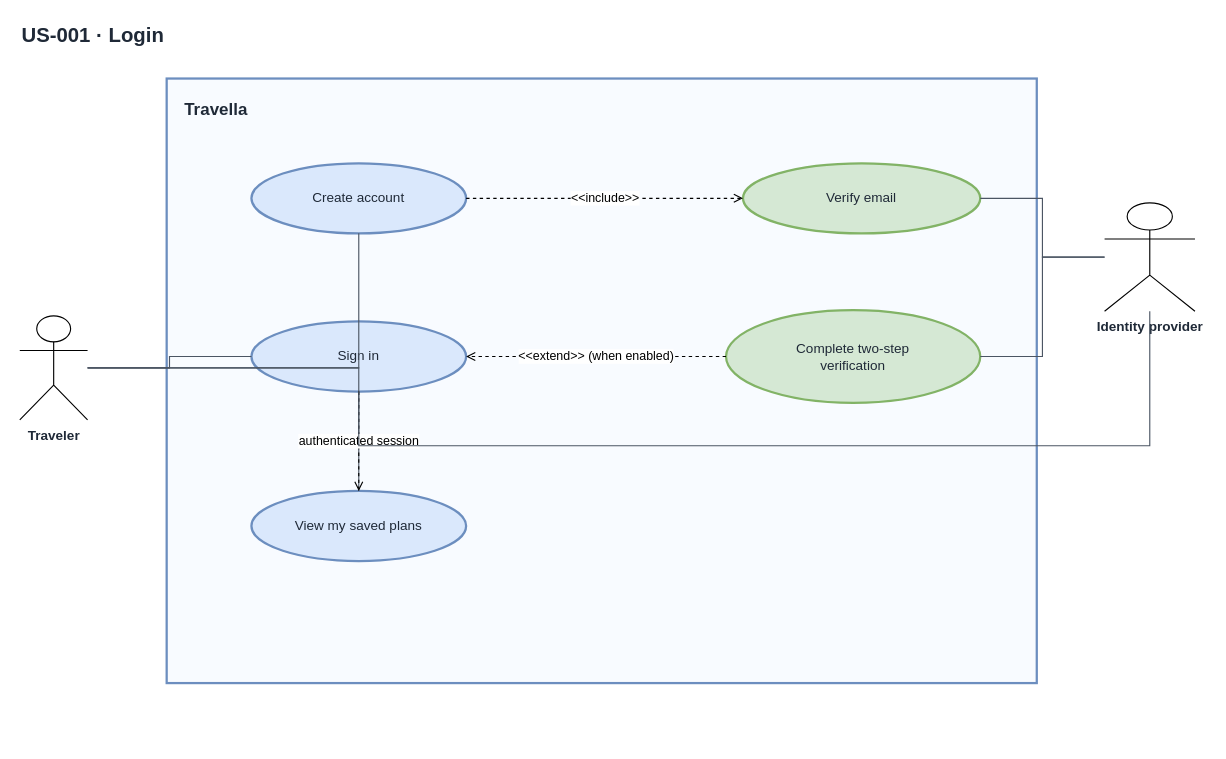
Earlier version of the draw.io diagram docs/user-stories/login/login-use-case.drawio (Merthadam/travella). Source tidied: cells renumbered, new cells numbered last; positions are measured from the earlier drawing's top-left corner, leaving out a move shared by most shapes. Both pictures are drawn from the tidied source at 113%, with x=0, y=0 at pixel (19, 19).
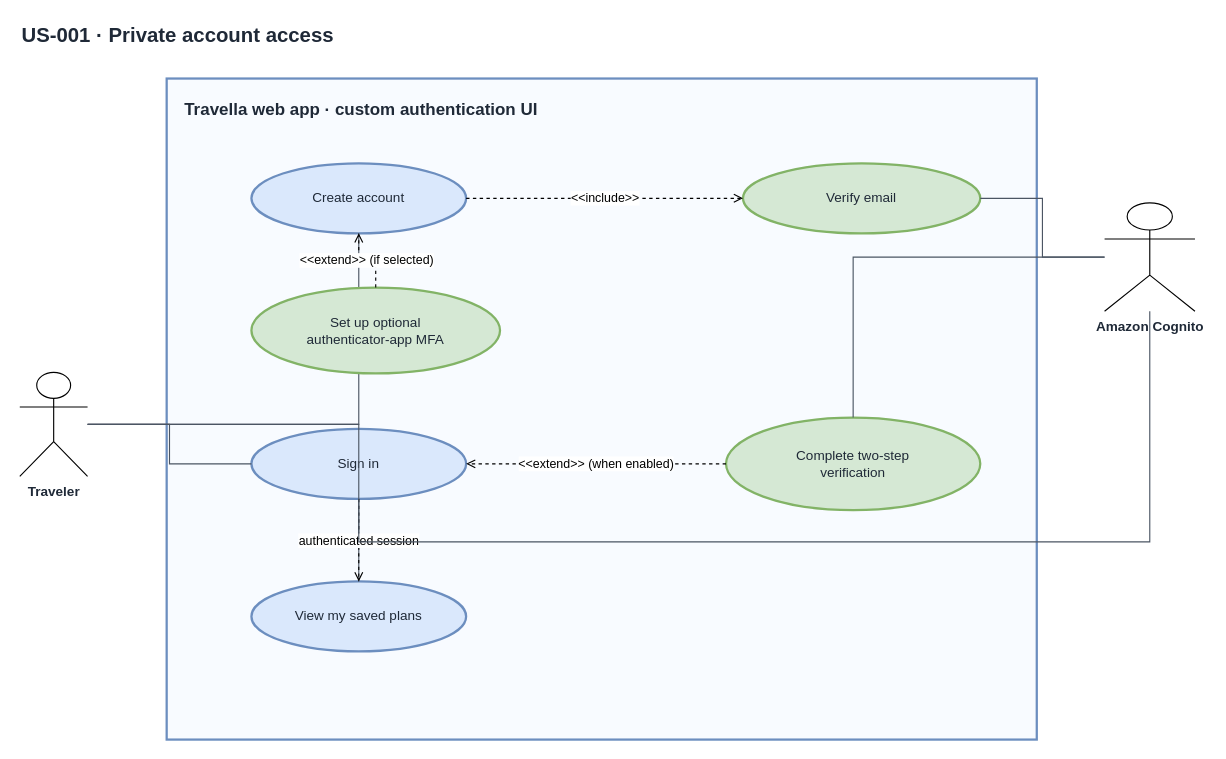
Above is the later version.

Commit message (it also covers changes not shown here):
Document Cognito login design

Unchanged cells that the change refers to:
```xml
<mxCell id="5" value="Create account" style="ellipse;whiteSpace=wrap;html=1;fillColor=#dae8fc;strokeColor=#6c8ebf;strokeWidth=2;fontColor=#1f2937;" parent="1" vertex="1">
  <mxGeometry x="205" y="127" width="190" height="62" as="geometry" />
</mxCell>
```

What changed in the source:
```diff
@@
-    <mxCell id="2" value="US-001 · Login" style="text;html=1;align=left;verticalAlign=middle;fontSize=18;fontStyle=1;fontColor=#1f2937;" parent="1" vertex="1">
+    <mxCell id="2" value="US-001 · Private account access" style="text;html=1;align=left;verticalAlign=middle;fontSize=18;fontStyle=1;fontColor=#1f2937;" parent="1" vertex="1">
       <mxGeometry width="1050" height="28" as="geometry" />
     </mxCell>
     <mxCell id="3" value="Traveler" style="shape=umlActor;verticalLabelPosition=bottom;verticalAlign=top;html=1;fontStyle=1;fontColor=#1f2937;" parent="1" vertex="1">
-      <mxGeometry y="262" width="60" height="92" as="geometry" />
+      <mxGeometry y="312" width="60" height="92" as="geometry" />
     </mxCell>
-    <mxCell id="4" value="Travella" style="rounded=0;whiteSpace=wrap;html=1;strokeWidth=2;strokeColor=#6c8ebf;fillColor=#f8fbff;align=left;verticalAlign=top;spacingLeft=14;spacingTop=12;fontStyle=1;fontSize=15;fontColor=#1f2937;" parent="1" vertex="1">
-      <mxGeometry x="130" y="52" width="770" height="535" as="geometry" />
+    <mxCell id="4" value="Travella web app · custom authentication UI" style="rounded=0;whiteSpace=wrap;html=1;strokeWidth=2;strokeColor=#6c8ebf;fillColor=#f8fbff;align=left;verticalAlign=top;spacingLeft=14;spacingTop=12;fontStyle=1;fontSize=15;fontColor=#1f2937;" parent="1" vertex="1">
+      <mxGeometry x="130" y="52" width="770" height="585" as="geometry" />
     </mxCell>
@@
     <mxCell id="7" value="Sign in" style="ellipse;whiteSpace=wrap;html=1;fillColor=#dae8fc;strokeColor=#6c8ebf;strokeWidth=2;fontColor=#1f2937;" parent="1" vertex="1">
-      <mxGeometry x="205" y="267" width="190" height="62" as="geometry" />
+      <mxGeometry x="205" y="362" width="190" height="62" as="geometry" />
     </mxCell>
     <mxCell id="8" value="Complete two-step&lt;br&gt;verification" style="ellipse;whiteSpace=wrap;html=1;fillColor=#d5e8d4;strokeColor=#82b366;strokeWidth=2;fontColor=#1f2937;" parent="1" vertex="1">
-      <mxGeometry x="625" y="257" width="225" height="82" as="geometry" />
+      <mxGeometry x="625" y="352" width="225" height="82" as="geometry" />
     </mxCell>
     <mxCell id="9" value="View my saved plans" style="ellipse;whiteSpace=wrap;html=1;fillColor=#dae8fc;strokeColor=#6c8ebf;strokeWidth=2;fontColor=#1f2937;" parent="1" vertex="1">
-      <mxGeometry x="205" y="417" width="190" height="62" as="geometry" />
+      <mxGeometry x="205" y="497" width="190" height="62" as="geometry" />
     </mxCell>
-    <mxCell id="10" value="Identity provider" style="shape=umlActor;verticalLabelPosition=bottom;verticalAlign=top;html=1;fontStyle=1;fontColor=#1f2937;" parent="1" vertex="1">
+    <mxCell id="10" value="Amazon Cognito" style="shape=umlActor;verticalLabelPosition=bottom;verticalAlign=top;html=1;fontStyle=1;fontColor=#1f2937;" parent="1" vertex="1">
       <mxGeometry x="960" y="162" width="80" height="96" as="geometry" />
     </mxCell>
@@
     <mxCell id="18" style="endArrow=none;html=1;rounded=0;edgeStyle=orthogonalEdgeStyle;strokeColor=#4b5563;" parent="1" edge="1" source="10" target="7">
       <mxGeometry relative="1" as="geometry">
         <Array as="points">
-          <mxPoint x="920" y="377" />
-          <mxPoint x="440" y="377" />
+          <mxPoint x="920" y="462" />
+          <mxPoint x="440" y="462" />
         </Array>
       </mxGeometry>
     </mxCell>
@@
+    <mxCell id="20" value="Set up optional&lt;br&gt;authenticator-app MFA" style="ellipse;whiteSpace=wrap;html=1;fillColor=#d5e8d4;strokeColor=#82b366;strokeWidth=2;fontColor=#1f2937;" parent="1" vertex="1">
+      <mxGeometry x="205" y="237" width="220" height="76" as="geometry" />
+    </mxCell>
+    <mxCell id="21" value="&amp;lt;&amp;lt;extend&amp;gt;&amp;gt; (if selected)" style="endArrow=open;endFill=0;dashed=1;html=1;rounded=0;edgeStyle=orthogonalEdgeStyle;labelBackgroundColor=#ffffff;fontSize=11;" parent="1" edge="1" source="20" target="5">
+      <mxGeometry relative="1" as="geometry" />
+    </mxCell>
```
